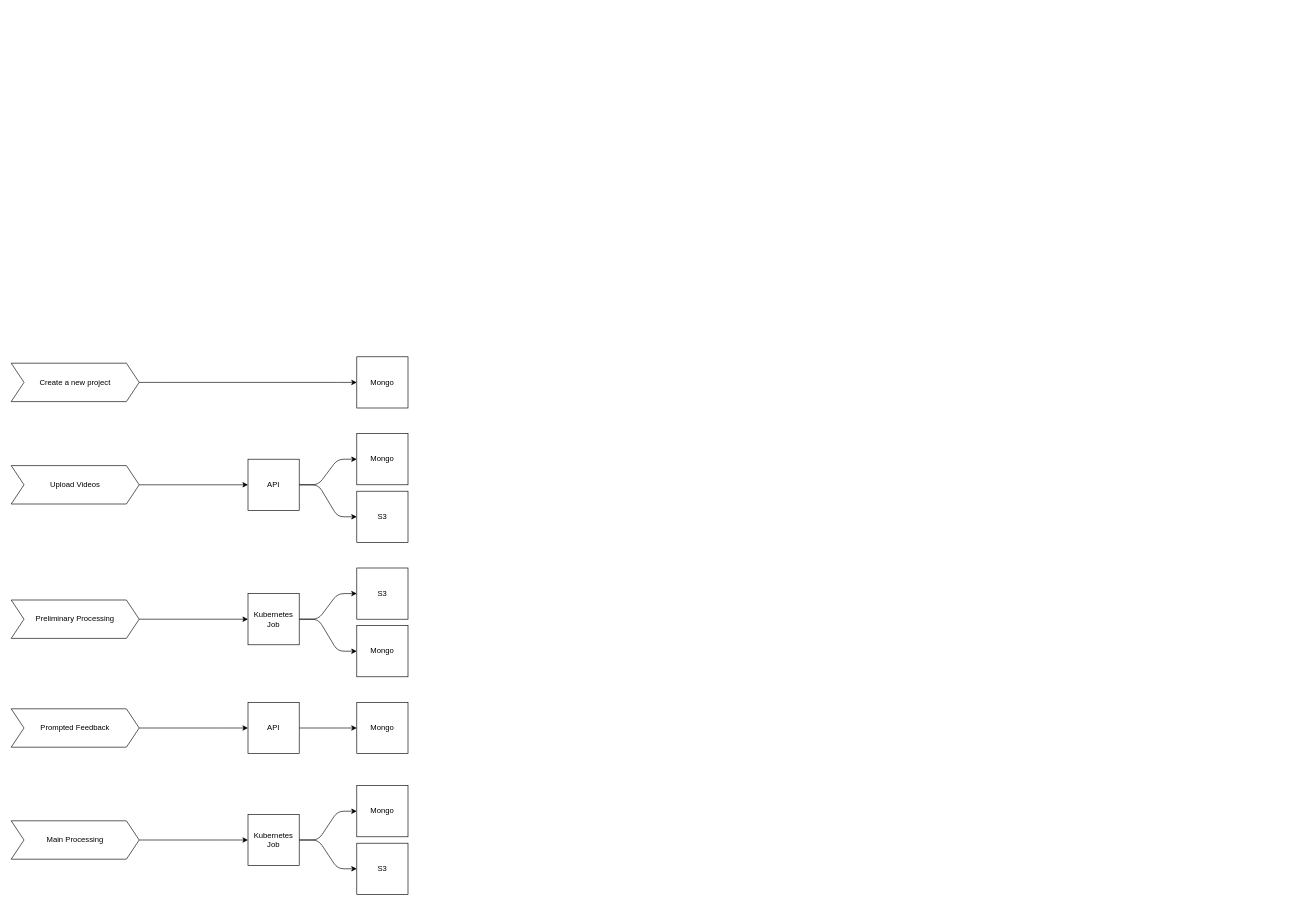
Above: flow.drawio in jackmead515/fix-dive (draw.io), before the change. Source tidied: cells renumbered, new cells numbered last; positions are measured from the earlier drawing's top-left corner, leaving out a move shared by most shapes. Both pictures are drawn from the tidied source at 64%, with x=0, y=0 at pixel (11, 356).
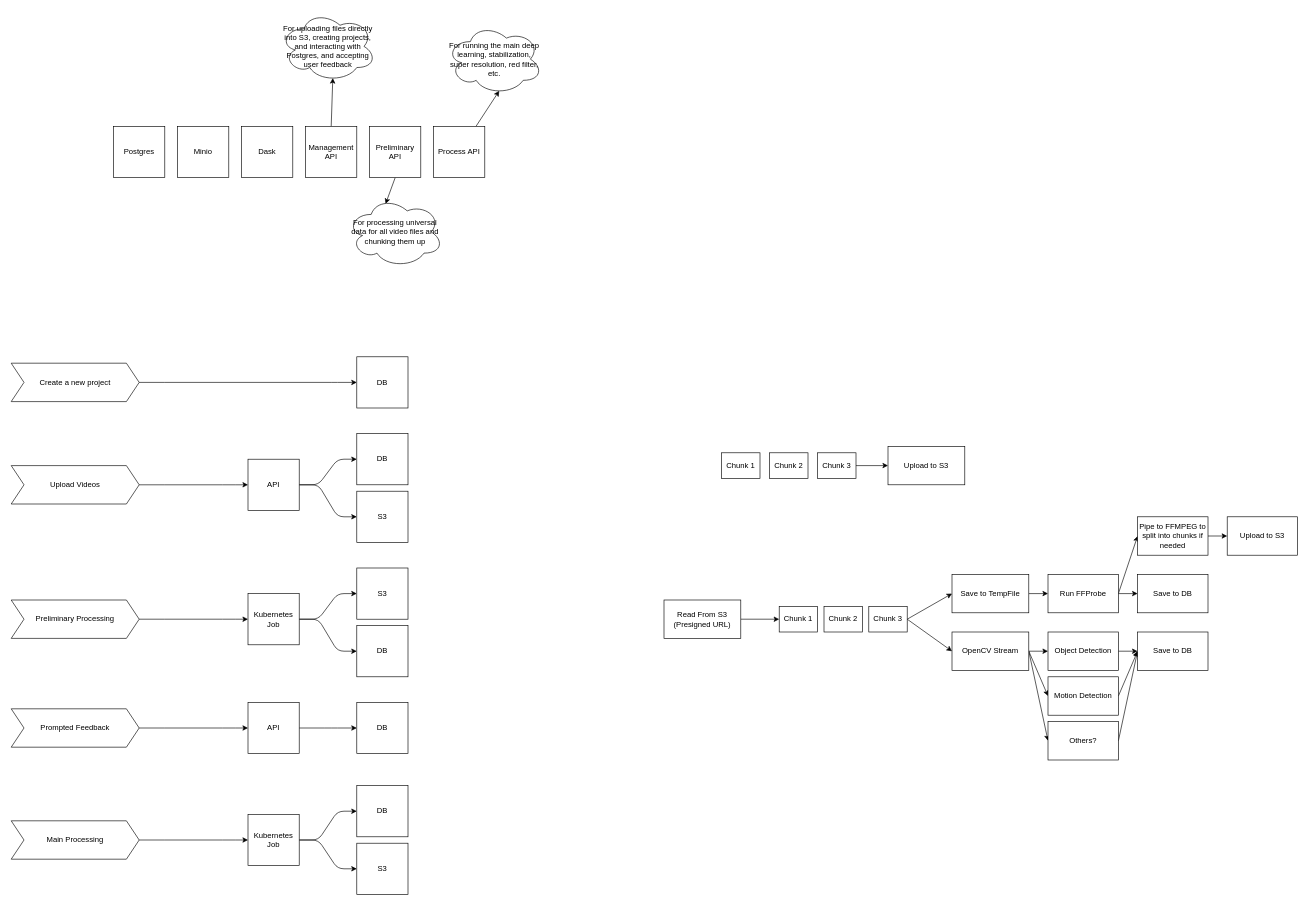
Above is the later version.

Diff of the diagram source:
```diff
@@
-    <mxCell id="6" value="Mongo" style="whiteSpace=wrap;html=1;" parent="1" vertex="1">
+    <mxCell id="6" value="DB" style="whiteSpace=wrap;html=1;" parent="1" vertex="1">
       <mxGeometry x="540" width="80" height="80" as="geometry" />
     </mxCell>
@@
-    <mxCell id="17" value="Mongo" style="whiteSpace=wrap;html=1;" parent="1" vertex="1">
+    <mxCell id="17" value="DB" style="whiteSpace=wrap;html=1;" parent="1" vertex="1">
       <mxGeometry x="540" y="420" width="80" height="80" as="geometry" />
     </mxCell>
-    <mxCell id="18" value="Mongo" style="whiteSpace=wrap;html=1;" parent="1" vertex="1">
+    <mxCell id="18" value="DB" style="whiteSpace=wrap;html=1;" parent="1" vertex="1">
       <mxGeometry x="540" y="120" width="80" height="80" as="geometry" />
     </mxCell>
@@
-    <mxCell id="23" value="Mongo" style="whiteSpace=wrap;html=1;" parent="1" vertex="1">
+    <mxCell id="23" value="DB" style="whiteSpace=wrap;html=1;" parent="1" vertex="1">
       <mxGeometry x="540" y="540" width="80" height="80" as="geometry" />
     </mxCell>
@@
-    <mxCell id="29" value="Mongo" style="whiteSpace=wrap;html=1;" parent="1" vertex="1">
+    <mxCell id="29" value="DB" style="whiteSpace=wrap;html=1;" parent="1" vertex="1">
       <mxGeometry x="540" y="670" width="80" height="80" as="geometry" />
     </mxCell>
@@
+    <mxCell id="31" value="Chunk 1" style="rounded=0;whiteSpace=wrap;html=1;" parent="1" vertex="1">
+      <mxGeometry x="1110" y="150" width="60" height="40" as="geometry" />
+    </mxCell>
+    <mxCell id="32" value="Chunk 2" style="rounded=0;whiteSpace=wrap;html=1;" parent="1" vertex="1">
+      <mxGeometry x="1185" y="150" width="60" height="40" as="geometry" />
+    </mxCell>
+    <mxCell id="33" style="edgeStyle=none;html=1;exitX=1;exitY=0.5;exitDx=0;exitDy=0;entryX=0;entryY=0.5;entryDx=0;entryDy=0;" parent="1" edge="1" source="34" target="35">
+      <mxGeometry relative="1" as="geometry" />
+    </mxCell>
+    <mxCell id="34" value="Chunk 3" style="rounded=0;whiteSpace=wrap;html=1;" parent="1" vertex="1">
+      <mxGeometry x="1260" y="150" width="60" height="40" as="geometry" />
+    </mxCell>
+    <mxCell id="35" value="Upload to S3" style="rounded=0;whiteSpace=wrap;html=1;" parent="1" vertex="1">
+      <mxGeometry x="1370" y="140" width="120" height="60" as="geometry" />
+    </mxCell>
+    <mxCell id="36" style="edgeStyle=none;html=1;exitX=1;exitY=0.5;exitDx=0;exitDy=0;entryX=0;entryY=0.5;entryDx=0;entryDy=0;" parent="1" edge="1">
+      <mxGeometry relative="1" as="geometry">
+        <mxPoint x="1500" y="240" as="sourcePoint" />
+      </mxGeometry>
+    </mxCell>
+    <mxCell id="37" style="edgeStyle=none;html=1;exitX=1;exitY=0.5;exitDx=0;exitDy=0;entryX=0;entryY=0.5;entryDx=0;entryDy=0;" parent="1" edge="1" source="38" target="39">
+      <mxGeometry relative="1" as="geometry" />
+    </mxCell>
+    <mxCell id="38" value="Read From S3&lt;br&gt;(Presigned URL)" style="rounded=0;whiteSpace=wrap;html=1;" parent="1" vertex="1">
+      <mxGeometry x="1020" y="380" width="120" height="60" as="geometry" />
+    </mxCell>
+    <mxCell id="39" value="Chunk 1" style="rounded=0;whiteSpace=wrap;html=1;" parent="1" vertex="1">
+      <mxGeometry x="1200" y="390" width="60" height="40" as="geometry" />
+    </mxCell>
+    <mxCell id="40" value="Chunk 2" style="rounded=0;whiteSpace=wrap;html=1;" parent="1" vertex="1">
+      <mxGeometry x="1270" y="390" width="60" height="40" as="geometry" />
+    </mxCell>
+    <mxCell id="41" style="edgeStyle=none;html=1;exitX=1;exitY=0.5;exitDx=0;exitDy=0;entryX=0;entryY=0.5;entryDx=0;entryDy=0;" parent="1" edge="1" source="43" target="45">
+      <mxGeometry relative="1" as="geometry" />
+    </mxCell>
+    <mxCell id="42" style="edgeStyle=none;html=1;exitX=1;exitY=0.5;exitDx=0;exitDy=0;entryX=0;entryY=0.5;entryDx=0;entryDy=0;" parent="1" edge="1" source="43" target="52">
+      <mxGeometry relative="1" as="geometry" />
+    </mxCell>
+    <mxCell id="43" value="Chunk 3" style="rounded=0;whiteSpace=wrap;html=1;" parent="1" vertex="1">
+      <mxGeometry x="1340" y="390" width="60" height="40" as="geometry" />
+    </mxCell>
+    <mxCell id="44" style="edgeStyle=none;html=1;exitX=1;exitY=0.5;exitDx=0;exitDy=0;entryX=0;entryY=0.5;entryDx=0;entryDy=0;" parent="1" edge="1" source="45" target="48">
+      <mxGeometry relative="1" as="geometry" />
+    </mxCell>
+    <mxCell id="45" value="Save to TempFile" style="rounded=0;whiteSpace=wrap;html=1;" parent="1" vertex="1">
+      <mxGeometry x="1470" y="340" width="120" height="60" as="geometry" />
+    </mxCell>
+    <mxCell id="46" style="edgeStyle=none;html=1;exitX=1;exitY=0.5;exitDx=0;exitDy=0;" parent="1" edge="1" source="48" target="53">
+      <mxGeometry relative="1" as="geometry" />
+    </mxCell>
+    <mxCell id="47" style="edgeStyle=none;html=1;exitX=1;exitY=0.5;exitDx=0;exitDy=0;entryX=0;entryY=0.5;entryDx=0;entryDy=0;" parent="1" edge="1" source="48" target="73">
+      <mxGeometry relative="1" as="geometry" />
+    </mxCell>
+    <mxCell id="48" value="Run FFProbe" style="rounded=0;whiteSpace=wrap;html=1;" parent="1" vertex="1">
+      <mxGeometry x="1620" y="340" width="110" height="60" as="geometry" />
+    </mxCell>
+    <mxCell id="49" style="edgeStyle=none;html=1;exitX=1;exitY=0.5;exitDx=0;exitDy=0;entryX=0;entryY=0.5;entryDx=0;entryDy=0;" parent="1" edge="1" source="52" target="55">
+      <mxGeometry relative="1" as="geometry" />
+    </mxCell>
+    <mxCell id="50" style="edgeStyle=none;html=1;exitX=1;exitY=0.5;exitDx=0;exitDy=0;entryX=0;entryY=0.5;entryDx=0;entryDy=0;" parent="1" edge="1" source="52" target="57">
+      <mxGeometry relative="1" as="geometry" />
+    </mxCell>
+    <mxCell id="51" style="edgeStyle=none;html=1;exitX=1;exitY=0.5;exitDx=0;exitDy=0;entryX=0;entryY=0.5;entryDx=0;entryDy=0;" parent="1" edge="1" source="52" target="59">
+      <mxGeometry relative="1" as="geometry" />
+    </mxCell>
+    <mxCell id="52" value="OpenCV Stream" style="rounded=0;whiteSpace=wrap;html=1;" parent="1" vertex="1">
+      <mxGeometry x="1470" y="430" width="120" height="60" as="geometry" />
+    </mxCell>
+    <mxCell id="53" value="Save to DB" style="rounded=0;whiteSpace=wrap;html=1;" parent="1" vertex="1">
+      <mxGeometry x="1760" y="340" width="110" height="60" as="geometry" />
+    </mxCell>
+    <mxCell id="54" style="edgeStyle=none;html=1;exitX=1;exitY=0.5;exitDx=0;exitDy=0;entryX=0;entryY=0.5;entryDx=0;entryDy=0;" parent="1" edge="1" source="55" target="60">
+      <mxGeometry relative="1" as="geometry" />
+    </mxCell>
+    <mxCell id="55" value="Object Detection" style="rounded=0;whiteSpace=wrap;html=1;" parent="1" vertex="1">
+      <mxGeometry x="1620" y="430" width="110" height="60" as="geometry" />
+    </mxCell>
+    <mxCell id="56" style="edgeStyle=none;html=1;exitX=1;exitY=0.5;exitDx=0;exitDy=0;entryX=0;entryY=0.5;entryDx=0;entryDy=0;" parent="1" edge="1" source="57" target="60">
+      <mxGeometry relative="1" as="geometry" />
+    </mxCell>
+    <mxCell id="57" value="Motion Detection" style="rounded=0;whiteSpace=wrap;html=1;" parent="1" vertex="1">
+      <mxGeometry x="1620" y="500" width="110" height="60" as="geometry" />
+    </mxCell>
+    <mxCell id="58" style="edgeStyle=none;html=1;exitX=1;exitY=0.5;exitDx=0;exitDy=0;entryX=0;entryY=0.5;entryDx=0;entryDy=0;" parent="1" edge="1" source="59" target="60">
+      <mxGeometry relative="1" as="geometry" />
+    </mxCell>
+    <mxCell id="59" value="Others?" style="rounded=0;whiteSpace=wrap;html=1;" parent="1" vertex="1">
+      <mxGeometry x="1620" y="570" width="110" height="60" as="geometry" />
+    </mxCell>
+    <mxCell id="60" value="Save to DB" style="rounded=0;whiteSpace=wrap;html=1;" parent="1" vertex="1">
+      <mxGeometry x="1760" y="430" width="110" height="60" as="geometry" />
+    </mxCell>
+    <mxCell id="61" value="Postgres" style="whiteSpace=wrap;html=1;" parent="1" vertex="1">
+      <mxGeometry x="160" y="-360" width="80" height="80" as="geometry" />
+    </mxCell>
+    <mxCell id="62" value="Minio" style="whiteSpace=wrap;html=1;" parent="1" vertex="1">
+      <mxGeometry x="260" y="-360" width="80" height="80" as="geometry" />
+    </mxCell>
+    <mxCell id="63" value="Dask" style="whiteSpace=wrap;html=1;" parent="1" vertex="1">
+      <mxGeometry x="360" y="-360" width="80" height="80" as="geometry" />
+    </mxCell>
+    <mxCell id="64" style="edgeStyle=none;html=1;exitX=0.5;exitY=1;exitDx=0;exitDy=0;entryX=0.4;entryY=0.1;entryDx=0;entryDy=0;entryPerimeter=0;" parent="1" edge="1" source="65" target="71">
+      <mxGeometry relative="1" as="geometry" />
+    </mxCell>
+    <mxCell id="65" value="Preliminary API" style="whiteSpace=wrap;html=1;" parent="1" vertex="1">
+      <mxGeometry x="560" y="-360" width="80" height="80" as="geometry" />
+    </mxCell>
+    <mxCell id="66" style="edgeStyle=none;html=1;entryX=0.55;entryY=0.95;entryDx=0;entryDy=0;entryPerimeter=0;" parent="1" edge="1" source="67" target="75">
+      <mxGeometry relative="1" as="geometry" />
+    </mxCell>
+    <mxCell id="67" value="Process API" style="whiteSpace=wrap;html=1;" parent="1" vertex="1">
+      <mxGeometry x="660" y="-360" width="80" height="80" as="geometry" />
+    </mxCell>
+    <mxCell id="68" style="edgeStyle=none;html=1;exitX=0;exitY=0.5;exitDx=0;exitDy=0;entryX=0.55;entryY=0.95;entryDx=0;entryDy=0;entryPerimeter=0;" parent="1" edge="1" source="69" target="70">
+      <mxGeometry relative="1" as="geometry" />
+    </mxCell>
+    <mxCell id="69" value="Management API" style="whiteSpace=wrap;html=1;direction=south;" parent="1" vertex="1">
+      <mxGeometry x="460" y="-360" width="80" height="80" as="geometry" />
+    </mxCell>
+    <mxCell id="70" value="For uploading files directly into S3, creating projects, and interacting with Postgres, and accepting user feedback" style="ellipse;shape=cloud;whiteSpace=wrap;html=1;" parent="1" vertex="1">
+      <mxGeometry x="420" y="-540" width="150" height="110" as="geometry" />
+    </mxCell>
+    <mxCell id="71" value="For processing universal data for all video files and chunking them up" style="ellipse;shape=cloud;whiteSpace=wrap;html=1;" parent="1" vertex="1">
+      <mxGeometry x="525" y="-250" width="150" height="110" as="geometry" />
+    </mxCell>
+    <mxCell id="72" style="edgeStyle=none;html=1;exitX=1;exitY=0.5;exitDx=0;exitDy=0;entryX=0;entryY=0.5;entryDx=0;entryDy=0;" parent="1" edge="1" source="73" target="74">
+      <mxGeometry relative="1" as="geometry" />
+    </mxCell>
+    <mxCell id="73" value="Pipe to FFMPEG to split into chunks if needed" style="rounded=0;whiteSpace=wrap;html=1;" parent="1" vertex="1">
+      <mxGeometry x="1760" y="250" width="110" height="60" as="geometry" />
+    </mxCell>
+    <mxCell id="74" value="Upload to S3" style="rounded=0;whiteSpace=wrap;html=1;" parent="1" vertex="1">
+      <mxGeometry x="1900" y="250" width="110" height="60" as="geometry" />
+    </mxCell>
+    <mxCell id="75" value="For running the main deep learning, stabilization, super resolution, red filter, etc." style="ellipse;shape=cloud;whiteSpace=wrap;html=1;" parent="1" vertex="1">
+      <mxGeometry x="680" y="-520" width="150" height="110" as="geometry" />
+    </mxCell>
```
